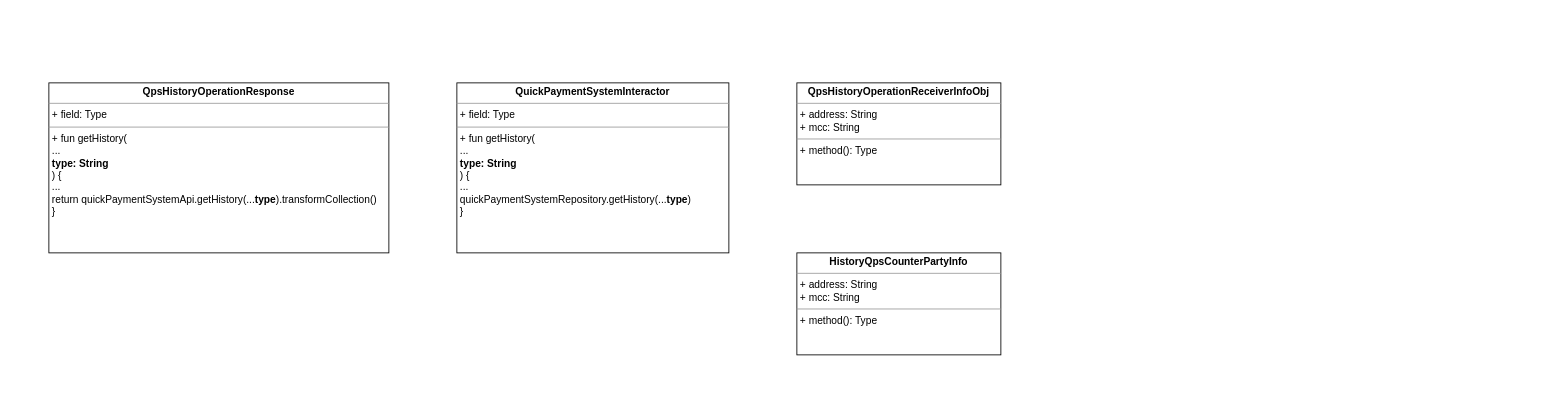
Before: UNI-14929.drawio in ShiryaevNikolay/diagrams, a draw.io diagram. Source tidied: cells renumbered, new cells numbered last; positions are measured from the earlier drawing's top-left corner, leaving out a move shared by most shapes. Both pictures are drawn from the tidied source at 85%, with x=0, y=0 at pixel (48, 82).
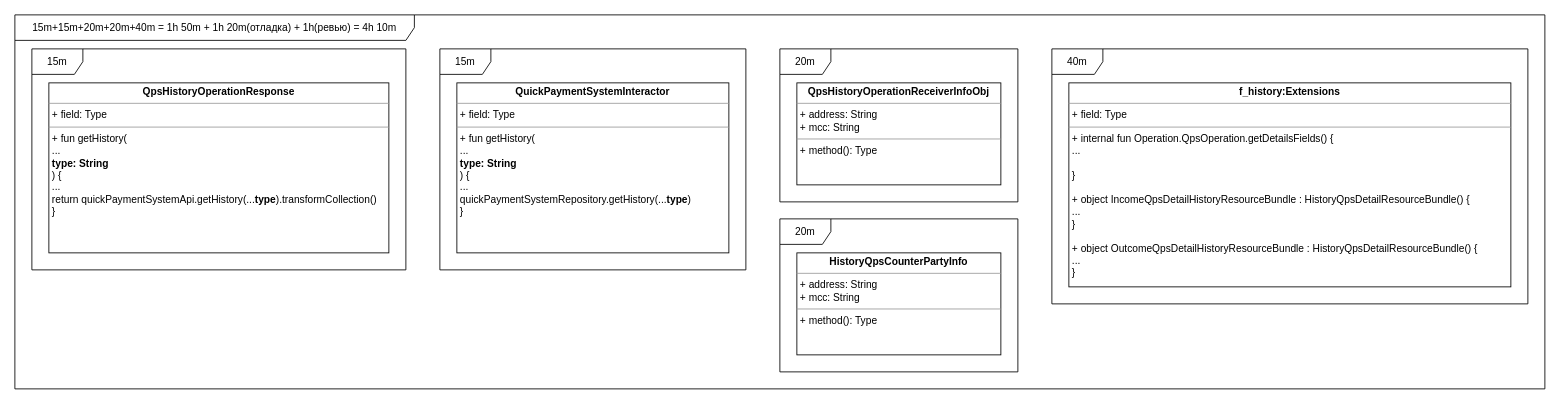
Above is the later version.

Diff of the diagram source:
```diff
@@
 <mxGraphModel>
   <root>
     <mxCell id="0" />
     <mxCell id="1" parent="0" />
     <mxCell id="2" value="&lt;p style=&quot;margin: 0px ; margin-top: 4px ; text-align: center&quot;&gt;&lt;b&gt;QpsHistoryOperationResponse&lt;/b&gt;&lt;/p&gt;&lt;hr size=&quot;1&quot;&gt;&lt;p style=&quot;margin: 0px ; margin-left: 4px&quot;&gt;+ field: Type&lt;/p&gt;&lt;hr size=&quot;1&quot;&gt;&lt;p style=&quot;margin: 0px ; margin-left: 4px&quot;&gt;+ fun getHistory(&lt;/p&gt;&lt;p style=&quot;margin: 0px ; margin-left: 4px&quot;&gt;...&lt;/p&gt;&lt;p style=&quot;margin: 0px ; margin-left: 4px&quot;&gt;&lt;b&gt;type: String&lt;/b&gt;&lt;br&gt;&lt;/p&gt;&lt;p style=&quot;margin: 0px ; margin-left: 4px&quot;&gt;) {&lt;/p&gt;&lt;p style=&quot;margin: 0px ; margin-left: 4px&quot;&gt;...&lt;/p&gt;&lt;p style=&quot;margin: 0px ; margin-left: 4px&quot;&gt;return quickPaymentSystemApi.getHistory(...&lt;b&gt;type&lt;/b&gt;).transformCollection()&lt;br&gt;&lt;/p&gt;&lt;p style=&quot;margin: 0px ; margin-left: 4px&quot;&gt;}&lt;br&gt;&lt;/p&gt;" style="verticalAlign=top;align=left;overflow=fill;fontSize=12;fontFamily=Helvetica;html=1;" parent="1" vertex="1">
       <mxGeometry width="400" height="200" as="geometry" />
     </mxCell>
     <mxCell id="3" value="&lt;p style=&quot;margin: 0px ; margin-top: 4px ; text-align: center&quot;&gt;&lt;b&gt;QuickPaymentSystemInteractor&lt;/b&gt;&lt;/p&gt;&lt;hr size=&quot;1&quot;&gt;&lt;p style=&quot;margin: 0px ; margin-left: 4px&quot;&gt;+ field: Type&lt;/p&gt;&lt;hr size=&quot;1&quot;&gt;&lt;p style=&quot;margin: 0px ; margin-left: 4px&quot;&gt;+ fun getHistory(&lt;/p&gt;&lt;p style=&quot;margin: 0px ; margin-left: 4px&quot;&gt;...&lt;/p&gt;&lt;p style=&quot;margin: 0px ; margin-left: 4px&quot;&gt;&lt;b&gt;type: String&lt;/b&gt;&lt;br&gt;&lt;/p&gt;&lt;p style=&quot;margin: 0px ; margin-left: 4px&quot;&gt;) {&lt;/p&gt;&lt;p style=&quot;margin: 0px ; margin-left: 4px&quot;&gt;...&lt;/p&gt;&lt;p style=&quot;margin: 0px ; margin-left: 4px&quot;&gt;quickPaymentSystemRepository.getHistory(...&lt;b&gt;type&lt;/b&gt;)&lt;br&gt;&lt;/p&gt;&lt;p style=&quot;margin: 0px ; margin-left: 4px&quot;&gt;}&lt;br&gt;&lt;/p&gt;" style="verticalAlign=top;align=left;overflow=fill;fontSize=12;fontFamily=Helvetica;html=1;" parent="1" vertex="1">
       <mxGeometry x="480" width="320" height="200" as="geometry" />
     </mxCell>
     <mxCell id="4" value="&lt;p style=&quot;margin: 0px ; margin-top: 4px ; text-align: center&quot;&gt;&lt;b&gt;QpsHistoryOperationReceiverInfoObj&lt;/b&gt;&lt;/p&gt;&lt;hr size=&quot;1&quot;&gt;&lt;p style=&quot;margin: 0px ; margin-left: 4px&quot;&gt;+ address: String&lt;/p&gt;&lt;p style=&quot;margin: 0px ; margin-left: 4px&quot;&gt;+ mcc: String&lt;/p&gt;&lt;hr size=&quot;1&quot;&gt;&lt;p style=&quot;margin: 0px ; margin-left: 4px&quot;&gt;+ method(): Type&lt;/p&gt;" style="verticalAlign=top;align=left;overflow=fill;fontSize=12;fontFamily=Helvetica;html=1;" parent="1" vertex="1">
       <mxGeometry x="880" width="240" height="120" as="geometry" />
     </mxCell>
     <mxCell id="5" value="&lt;p style=&quot;margin: 0px ; margin-top: 4px ; text-align: center&quot;&gt;&lt;b&gt;HistoryQpsCounterPartyInfo&lt;/b&gt;&lt;/p&gt;&lt;hr size=&quot;1&quot;&gt;&lt;p style=&quot;margin: 0px ; margin-left: 4px&quot;&gt;+ address: String&lt;br&gt;+ mcc: String&lt;/p&gt;&lt;hr size=&quot;1&quot;&gt;&lt;p style=&quot;margin: 0px ; margin-left: 4px&quot;&gt;+ method(): Type&lt;/p&gt;" style="verticalAlign=top;align=left;overflow=fill;fontSize=12;fontFamily=Helvetica;html=1;" parent="1" vertex="1">
       <mxGeometry x="880" y="200" width="240" height="120" as="geometry" />
     </mxCell>
+    <mxCell id="6" value="&lt;p style=&quot;margin: 0px ; margin-top: 4px ; text-align: center&quot;&gt;&lt;b&gt;f_history:Extensions&lt;/b&gt;&lt;/p&gt;&lt;hr size=&quot;1&quot;&gt;&lt;p style=&quot;margin: 0px ; margin-left: 4px&quot;&gt;+ field: Type&lt;/p&gt;&lt;hr size=&quot;1&quot;&gt;&lt;p style=&quot;margin: 0px ; margin-left: 4px&quot;&gt;+ internal fun Operation.QpsOperation.getDetailsFields() {&lt;/p&gt;&lt;p style=&quot;margin: 0px ; margin-left: 4px&quot;&gt;...&lt;/p&gt;&lt;p style=&quot;margin: 0px ; margin-left: 4px&quot;&gt;&lt;br&gt;&lt;/p&gt;&lt;p style=&quot;margin: 0px ; margin-left: 4px&quot;&gt;}&lt;/p&gt;&lt;p style=&quot;margin: 0px ; margin-left: 4px&quot;&gt;&lt;br&gt;&lt;/p&gt;&lt;p style=&quot;margin: 0px ; margin-left: 4px&quot;&gt;+ object IncomeQpsDetailHistoryResourceBundle : HistoryQpsDetailResourceBundle() {&lt;/p&gt;&lt;p style=&quot;margin: 0px ; margin-left: 4px&quot;&gt;...&lt;br&gt;&lt;/p&gt;&lt;p style=&quot;margin: 0px ; margin-left: 4px&quot;&gt;}&lt;/p&gt;&lt;p style=&quot;margin: 0px ; margin-left: 4px&quot;&gt;&lt;br&gt;&lt;/p&gt;&lt;p style=&quot;margin: 0px ; margin-left: 4px&quot;&gt;+ object OutcomeQpsDetailHistoryResourceBundle : HistoryQpsDetailResourceBundle() {&lt;/p&gt;&lt;p style=&quot;margin: 0px ; margin-left: 4px&quot;&gt;...&lt;br&gt;&lt;/p&gt;&lt;p style=&quot;margin: 0px ; margin-left: 4px&quot;&gt;}&lt;br&gt;&lt;/p&gt;" style="verticalAlign=top;align=left;overflow=fill;fontSize=12;fontFamily=Helvetica;html=1;" parent="1" vertex="1">
+      <mxGeometry x="1200" width="520" height="240" as="geometry" />
+    </mxCell>
+    <mxCell id="7" value="15m" style="shape=umlFrame;whiteSpace=wrap;html=1;" parent="1" vertex="1">
+      <mxGeometry x="-20" y="-40" width="440" height="260" as="geometry" />
+    </mxCell>
+    <mxCell id="8" value="15m" style="shape=umlFrame;whiteSpace=wrap;html=1;" parent="1" vertex="1">
+      <mxGeometry x="460" y="-40" width="360" height="260" as="geometry" />
+    </mxCell>
+    <mxCell id="9" value="20m" style="shape=umlFrame;whiteSpace=wrap;html=1;" parent="1" vertex="1">
+      <mxGeometry x="860" y="-40" width="280" height="180" as="geometry" />
+    </mxCell>
+    <mxCell id="10" value="20m" style="shape=umlFrame;whiteSpace=wrap;html=1;" parent="1" vertex="1">
+      <mxGeometry x="860" y="160" width="280" height="180" as="geometry" />
+    </mxCell>
+    <mxCell id="11" value="40m" style="shape=umlFrame;whiteSpace=wrap;html=1;" parent="1" vertex="1">
+      <mxGeometry x="1180" y="-40" width="560" height="300" as="geometry" />
+    </mxCell>
+    <mxCell id="12" value="15m+15m+20m+20m+40m = 1h 50m + 1h 20m(отладка) + 1h(ревью) = 4h 10m" style="shape=umlFrame;whiteSpace=wrap;html=1;width=470;height=30;" parent="1" vertex="1">
+      <mxGeometry x="-40" y="-80" width="1800" height="440" as="geometry" />
+    </mxCell>
   </root>
 </mxGraphModel>
```
